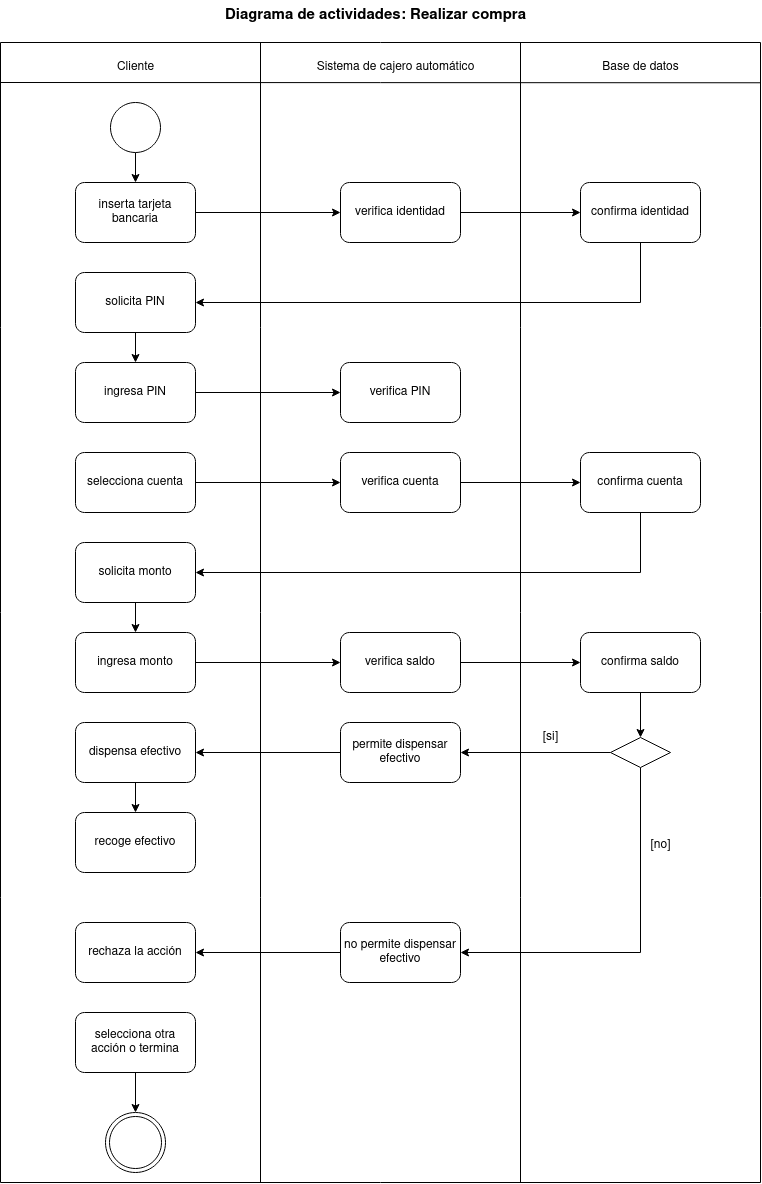
Before: diagramas/tarea4 (tienda online)/diagrama_actividades_tienda_en_linea.png, a diagram exported from draw.io (Chugani05/entorno_de_desarrollo). Source tidied: cells renumbered, new cells last; positions are measured from the earlier drawing's top-left corner, leaving out a move shared by most shapes.
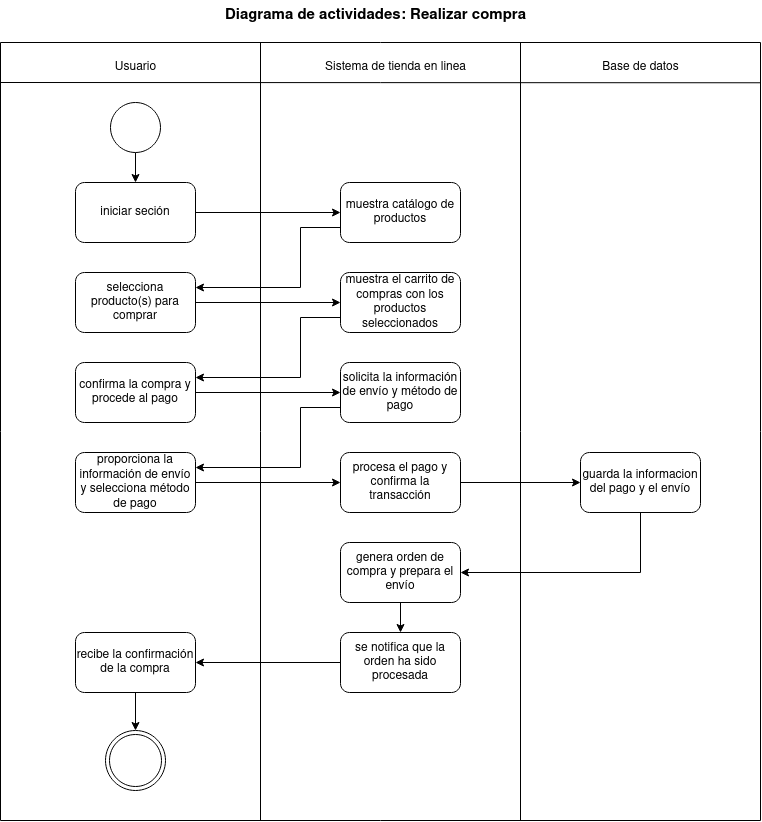
After the change.

The edit, as a diff of the source:
```diff
@@ -3,17 +3,17 @@
     <mxCell id="0" />
     <mxCell id="1" parent="0" />
     <mxCell id="2" style="swimlane;startSize=0;" parent="1" vertex="1">
-      <mxGeometry y="42" width="760" height="1140" as="geometry" />
+      <mxGeometry y="42" width="760" height="778" as="geometry" />
     </mxCell>
     <mxCell id="3" style="endArrow=none;html=1;rounded=0;entryX=0.313;entryY=0;entryDx=0;entryDy=0;entryPerimeter=0;" parent="2" edge="1">
       <mxGeometry relative="1" as="geometry">
-        <mxPoint x="520" y="1140" as="sourcePoint" />
+        <mxPoint x="520" y="778" as="sourcePoint" />
         <mxPoint x="520" as="targetPoint" />
       </mxGeometry>
     </mxCell>
     <mxCell id="4" style="endArrow=none;html=1;rounded=0;entryX=0.313;entryY=0;entryDx=0;entryDy=0;entryPerimeter=0;" parent="2" edge="1">
       <mxGeometry relative="1" as="geometry">
-        <mxPoint x="260" y="1140" as="sourcePoint" />
+        <mxPoint x="260" y="778" as="sourcePoint" />
         <mxPoint x="260" as="targetPoint" />
       </mxGeometry>
     </mxCell>
@@ -32,35 +32,48 @@
     <mxCell id="8" style="edgeStyle=orthogonalEdgeStyle;rounded=0;jettySize=auto;html=1;exitX=1;exitY=0.5;exitDx=0;exitDy=0;entryX=0;entryY=0.5;entryDx=0;entryDy=0;" parent="2" edge="1" source="9" target="11">
       <mxGeometry relative="1" as="geometry" />
     </mxCell>
-    <mxCell id="9" value="inserta tarjeta bancaria" style="rounded=1;whiteSpace=wrap;html=1;" parent="2" vertex="1">
+    <mxCell id="9" value="iniciar seción" style="rounded=1;whiteSpace=wrap;html=1;" parent="2" vertex="1">
       <mxGeometry x="75" y="140" width="120" height="60" as="geometry" />
     </mxCell>
-    <mxCell id="10" style="edgeStyle=orthogonalEdgeStyle;rounded=0;jettySize=auto;html=1;exitX=1;exitY=0.5;exitDx=0;exitDy=0;entryX=0;entryY=0.5;entryDx=0;entryDy=0;" parent="2" edge="1" source="11" target="27">
-      <mxGeometry relative="1" as="geometry" />
-    </mxCell>
+    <mxCell id="53" style="edgeStyle=orthogonalEdgeStyle;rounded=0;jettySize=auto;html=1;exitX=0;exitY=0.75;exitDx=0;exitDy=0;entryX=1;entryY=0.25;entryDx=0;entryDy=0;" parent="2" edge="1" source="11" target="13">
+      <mxGeometry relative="1" as="geometry">
+        <Array as="points">
+          <mxPoint x="300" y="185" />
+          <mxPoint x="300" y="245" />
+        </Array>
+      </mxGeometry>
+    </mxCell>
-    <mxCell id="11" value="verifica identidad" style="rounded=1;whiteSpace=wrap;html=1;" parent="2" vertex="1">
+    <mxCell id="11" value="muestra catálogo de productos" style="rounded=1;whiteSpace=wrap;html=1;" parent="2" vertex="1">
       <mxGeometry x="340" y="140" width="120" height="60" as="geometry" />
     </mxCell>
-    <mxCell id="12" style="edgeStyle=orthogonalEdgeStyle;rounded=0;jettySize=auto;html=1;exitX=0.5;exitY=1;exitDx=0;exitDy=0;entryX=0.5;entryY=0;entryDx=0;entryDy=0;" parent="2" edge="1" source="13" target="16">
-      <mxGeometry relative="1" as="geometry" />
-    </mxCell>
+    <mxCell id="54" style="edgeStyle=orthogonalEdgeStyle;rounded=0;jettySize=auto;html=1;exitX=1;exitY=0.5;exitDx=0;exitDy=0;entryX=0;entryY=0.5;entryDx=0;entryDy=0;" parent="2" edge="1" source="13" target="29">
+      <mxGeometry relative="1" as="geometry" />
+    </mxCell>
-    <mxCell id="13" value="solicita PIN" style="rounded=1;whiteSpace=wrap;html=1;" parent="2" vertex="1">
+    <mxCell id="13" value="selecciona producto(s) para comprar" style="rounded=1;whiteSpace=wrap;html=1;" parent="2" vertex="1">
       <mxGeometry x="75" y="230" width="120" height="60" as="geometry" />
     </mxCell>
+    <mxCell id="55" style="edgeStyle=orthogonalEdgeStyle;rounded=0;jettySize=auto;html=1;exitX=0;exitY=0.75;exitDx=0;exitDy=0;entryX=1;entryY=0.25;entryDx=0;entryDy=0;" parent="2" edge="1" source="14" target="21">
+      <mxGeometry relative="1" as="geometry">
+        <Array as="points">
+          <mxPoint x="300" y="365" />
+          <mxPoint x="300" y="425" />
+        </Array>
+      </mxGeometry>
+    </mxCell>
-    <mxCell id="14" value="verifica PIN" style="rounded=1;whiteSpace=wrap;html=1;" parent="2" vertex="1">
+    <mxCell id="14" value="solicita la información de envío y método de pago" style="rounded=1;whiteSpace=wrap;html=1;" parent="2" vertex="1">
       <mxGeometry x="340" y="320" width="120" height="60" as="geometry" />
     </mxCell>
     <mxCell id="15" style="edgeStyle=orthogonalEdgeStyle;rounded=0;jettySize=auto;html=1;exitX=1;exitY=0.5;exitDx=0;exitDy=0;entryX=0;entryY=0.5;entryDx=0;entryDy=0;" parent="2" edge="1" source="16" target="14">
       <mxGeometry relative="1" as="geometry" />
     </mxCell>
-    <mxCell id="16" value="ingresa PIN" style="rounded=1;whiteSpace=wrap;html=1;" parent="2" vertex="1">
+    <mxCell id="16" value="confirma la compra y procede al pago" style="rounded=1;whiteSpace=wrap;html=1;" parent="2" vertex="1">
       <mxGeometry x="75" y="320" width="120" height="60" as="geometry" />
     </mxCell>
-    <mxCell id="17" value="Cliente" style="text;html=1;align=center;verticalAlign=middle;strokeColor=none;fillColor=none;" parent="2" vertex="1">
+    <mxCell id="17" value="Usuario" style="text;html=1;align=center;verticalAlign=middle;strokeColor=none;fillColor=none;" parent="2" vertex="1">
       <mxGeometry x="105" y="10" width="60" height="30" as="geometry" />
     </mxCell>
-    <mxCell id="18" value="Sistema de cajero automático" style="text;html=1;align=center;verticalAlign=middle;strokeColor=none;fillColor=none;" parent="2" vertex="1">
-      <mxGeometry x="305" y="10" width="180" height="30" as="geometry" />
+    <mxCell id="18" value="Sistema de tienda en linea" style="text;html=1;align=center;verticalAlign=middle;strokeColor=none;fillColor=none;" parent="2" vertex="1">
+      <mxGeometry x="315" y="10" width="160" height="30" as="geometry" />
     </mxCell>
     <mxCell id="19" value="Base de datos" style="text;html=1;align=center;verticalAlign=middle;strokeColor=none;fillColor=none;" parent="2" vertex="1">
       <mxGeometry x="590" y="10" width="100" height="30" as="geometry" />
@@ -68,99 +81,53 @@
     <mxCell id="20" style="edgeStyle=orthogonalEdgeStyle;rounded=0;jettySize=auto;html=1;exitX=1;exitY=0.5;exitDx=0;exitDy=0;entryX=0;entryY=0.5;entryDx=0;entryDy=0;" parent="2" edge="1" source="21" target="23">
       <mxGeometry relative="1" as="geometry" />
     </mxCell>
-    <mxCell id="21" value="selecciona cuenta" style="rounded=1;whiteSpace=wrap;html=1;" parent="2" vertex="1">
+    <mxCell id="21" value="proporciona la información de envío y selecciona método de pago" style="rounded=1;whiteSpace=wrap;html=1;" parent="2" vertex="1">
       <mxGeometry x="75" y="410" width="120" height="60" as="geometry" />
     </mxCell>
-    <mxCell id="22" style="edgeStyle=orthogonalEdgeStyle;rounded=0;jettySize=auto;html=1;exitX=1;exitY=0.5;exitDx=0;exitDy=0;entryX=0;entryY=0.5;entryDx=0;entryDy=0;" parent="2" edge="1" source="23" target="29">
-      <mxGeometry relative="1" as="geometry" />
-    </mxCell>
+    <mxCell id="56" style="edgeStyle=orthogonalEdgeStyle;rounded=0;jettySize=auto;html=1;exitX=1;exitY=0.5;exitDx=0;exitDy=0;entryX=0;entryY=0.5;entryDx=0;entryDy=0;" parent="2" edge="1" source="23" target="62">
+      <mxGeometry relative="1" as="geometry" />
+    </mxCell>
-    <mxCell id="23" value="verifica cuenta" style="rounded=1;whiteSpace=wrap;html=1;" parent="2" vertex="1">
+    <mxCell id="23" value="procesa el pago y confirma la transacción" style="rounded=1;whiteSpace=wrap;html=1;" parent="2" vertex="1">
       <mxGeometry x="340" y="410" width="120" height="60" as="geometry" />
     </mxCell>
-    <mxCell id="24" style="edgeStyle=orthogonalEdgeStyle;rounded=0;jettySize=auto;html=1;exitX=0.5;exitY=1;exitDx=0;exitDy=0;entryX=0.5;entryY=0;entryDx=0;entryDy=0;" parent="2" edge="1" source="25" target="31">
-      <mxGeometry relative="1" as="geometry" />
-    </mxCell>
+    <mxCell id="57" style="edgeStyle=orthogonalEdgeStyle;rounded=0;jettySize=auto;html=1;exitX=0.5;exitY=1;exitDx=0;exitDy=0;entryX=0.5;entryY=0;entryDx=0;entryDy=0;" parent="2" edge="1" source="25" target="50">
+      <mxGeometry relative="1" as="geometry" />
+    </mxCell>
-    <mxCell id="25" value="solicita monto" style="rounded=1;whiteSpace=wrap;html=1;" parent="2" vertex="1">
-      <mxGeometry x="75" y="500" width="120" height="60" as="geometry" />
+    <mxCell id="25" value="recibe la confirmación de la compra" style="rounded=1;whiteSpace=wrap;html=1;" parent="2" vertex="1">
+      <mxGeometry x="75" y="590" width="120" height="60" as="geometry" />
     </mxCell>
-    <mxCell id="26" style="edgeStyle=orthogonalEdgeStyle;rounded=0;jettySize=auto;html=1;exitX=0.5;exitY=1;exitDx=0;exitDy=0;entryX=1;entryY=0.5;entryDx=0;entryDy=0;" parent="2" edge="1" source="27" target="13">
-      <mxGeometry relative="1" as="geometry" />
-    </mxCell>
-    <mxCell id="27" value="confirma identidad" style="rounded=1;whiteSpace=wrap;html=1;" parent="2" vertex="1">
-      <mxGeometry x="580" y="140" width="120" height="60" as="geometry" />
-    </mxCell>
-    <mxCell id="28" style="edgeStyle=orthogonalEdgeStyle;rounded=0;jettySize=auto;html=1;exitX=0.5;exitY=1;exitDx=0;exitDy=0;entryX=1;entryY=0.5;entryDx=0;entryDy=0;" parent="2" edge="1" source="29" target="25">
-      <mxGeometry relative="1" as="geometry" />
-    </mxCell>
+    <mxCell id="58" style="edgeStyle=orthogonalEdgeStyle;rounded=0;jettySize=auto;html=1;exitX=0;exitY=0.75;exitDx=0;exitDy=0;entryX=1;entryY=0.25;entryDx=0;entryDy=0;" parent="2" edge="1" source="29" target="16">
+      <mxGeometry relative="1" as="geometry">
+        <Array as="points">
+          <mxPoint x="300" y="275" />
+          <mxPoint x="300" y="335" />
+        </Array>
+      </mxGeometry>
+    </mxCell>
-    <mxCell id="29" value="confirma cuenta" style="rounded=1;whiteSpace=wrap;html=1;" parent="2" vertex="1">
-      <mxGeometry x="580" y="410" width="120" height="60" as="geometry" />
+    <mxCell id="29" value="muestra el carrito de compras con los productos seleccionados" style="rounded=1;whiteSpace=wrap;html=1;" parent="2" vertex="1">
+      <mxGeometry x="340" y="230" width="120" height="60" as="geometry" />
     </mxCell>
-    <mxCell id="30" style="edgeStyle=orthogonalEdgeStyle;rounded=0;jettySize=auto;html=1;exitX=1;exitY=0.5;exitDx=0;exitDy=0;entryX=0;entryY=0.5;entryDx=0;entryDy=0;" parent="2" edge="1" source="31" target="33">
-      <mxGeometry relative="1" as="geometry" />
-    </mxCell>
-    <mxCell id="31" value="ingresa monto" style="rounded=1;whiteSpace=wrap;html=1;" parent="2" vertex="1">
-      <mxGeometry x="75" y="590" width="120" height="60" as="geometry" />
-    </mxCell>
-    <mxCell id="32" style="edgeStyle=orthogonalEdgeStyle;rounded=0;jettySize=auto;html=1;exitX=1;exitY=0.5;exitDx=0;exitDy=0;entryX=0;entryY=0.5;entryDx=0;entryDy=0;" parent="2" edge="1" source="33" target="35">
-      <mxGeometry relative="1" as="geometry" />
-    </mxCell>
+    <mxCell id="59" style="edgeStyle=orthogonalEdgeStyle;rounded=0;jettySize=auto;html=1;exitX=0;exitY=0.5;exitDx=0;exitDy=0;entryX=1;entryY=0.5;entryDx=0;entryDy=0;" parent="2" edge="1" source="33" target="25">
+      <mxGeometry relative="1" as="geometry" />
+    </mxCell>
-    <mxCell id="33" value="verifica saldo" style="rounded=1;whiteSpace=wrap;html=1;" parent="2" vertex="1">
+    <mxCell id="33" value="se notifica que la orden ha sido procesada" style="rounded=1;whiteSpace=wrap;html=1;" parent="2" vertex="1">
       <mxGeometry x="340" y="590" width="120" height="60" as="geometry" />
     </mxCell>
-    <mxCell id="34" style="edgeStyle=orthogonalEdgeStyle;rounded=0;jettySize=auto;html=1;exitX=0.5;exitY=1;exitDx=0;exitDy=0;entryX=0.5;entryY=0;entryDx=0;entryDy=0;" parent="2" edge="1" source="35" target="38">
-      <mxGeometry relative="1" as="geometry" />
-    </mxCell>
+    <mxCell id="60" style="edgeStyle=orthogonalEdgeStyle;rounded=0;jettySize=auto;html=1;exitX=0.5;exitY=1;exitDx=0;exitDy=0;entryX=0.5;entryY=0;entryDx=0;entryDy=0;" parent="2" edge="1" source="35" target="33">
+      <mxGeometry relative="1" as="geometry" />
+    </mxCell>
-    <mxCell id="35" value="confirma saldo" style="rounded=1;whiteSpace=wrap;html=1;" parent="2" vertex="1">
-      <mxGeometry x="580" y="590" width="120" height="60" as="geometry" />
+    <mxCell id="35" value="genera orden de compra y prepara el envío" style="rounded=1;whiteSpace=wrap;html=1;" parent="2" vertex="1">
+      <mxGeometry x="340" y="500" width="120" height="60" as="geometry" />
     </mxCell>
-    <mxCell id="36" style="edgeStyle=orthogonalEdgeStyle;rounded=0;jettySize=auto;html=1;exitX=0;exitY=0.5;exitDx=0;exitDy=0;entryX=1;entryY=0.5;entryDx=0;entryDy=0;" parent="2" edge="1" source="38" target="42">
-      <mxGeometry relative="1" as="geometry" />
-    </mxCell>
-    <mxCell id="37" style="edgeStyle=orthogonalEdgeStyle;rounded=0;jettySize=auto;html=1;exitX=0.5;exitY=1;exitDx=0;exitDy=0;entryX=1;entryY=0.5;entryDx=0;entryDy=0;" parent="2" edge="1" source="38" target="47">
-      <mxGeometry relative="1" as="geometry" />
-    </mxCell>
-    <mxCell id="38" style="rhombus;whiteSpace=wrap;html=1;" parent="2" vertex="1">
-      <mxGeometry x="610" y="695" width="60" height="30" as="geometry" />
-    </mxCell>
-    <mxCell id="39" style="edgeStyle=orthogonalEdgeStyle;rounded=0;jettySize=auto;html=1;exitX=0.5;exitY=1;exitDx=0;exitDy=0;entryX=0.5;entryY=0;entryDx=0;entryDy=0;" parent="2" edge="1" source="40" target="43">
-      <mxGeometry relative="1" as="geometry" />
-    </mxCell>
-    <mxCell id="40" value="dispensa efectivo" style="rounded=1;whiteSpace=wrap;html=1;" parent="2" vertex="1">
-      <mxGeometry x="75" y="680" width="120" height="60" as="geometry" />
-    </mxCell>
-    <mxCell id="41" style="edgeStyle=orthogonalEdgeStyle;rounded=0;jettySize=auto;html=1;exitX=0;exitY=0.5;exitDx=0;exitDy=0;entryX=1;entryY=0.5;entryDx=0;entryDy=0;" parent="2" edge="1" source="42" target="40">
-      <mxGeometry relative="1" as="geometry" />
-    </mxCell>
-    <mxCell id="42" value="permite dispensar efectivo" style="rounded=1;whiteSpace=wrap;html=1;" parent="2" vertex="1">
-      <mxGeometry x="340" y="680" width="120" height="60" as="geometry" />
-    </mxCell>
-    <mxCell id="43" value="recoge efectivo" style="rounded=1;whiteSpace=wrap;html=1;" parent="2" vertex="1">
-      <mxGeometry x="75" y="770" width="120" height="60" as="geometry" />
-    </mxCell>
-    <mxCell id="44" value="[si]" style="text;html=1;align=center;verticalAlign=middle;strokeColor=none;fillColor=none;" parent="2" vertex="1">
-      <mxGeometry x="530" y="680" width="40" height="30" as="geometry" />
-    </mxCell>
-    <mxCell id="45" value="rechaza la acción" style="rounded=1;whiteSpace=wrap;html=1;" parent="2" vertex="1">
-      <mxGeometry x="75" y="880" width="120" height="60" as="geometry" />
-    </mxCell>
-    <mxCell id="46" style="edgeStyle=orthogonalEdgeStyle;rounded=0;jettySize=auto;html=1;exitX=0;exitY=0.5;exitDx=0;exitDy=0;entryX=1;entryY=0.5;entryDx=0;entryDy=0;" parent="2" edge="1" source="47" target="45">
-      <mxGeometry relative="1" as="geometry" />
-    </mxCell>
-    <mxCell id="47" value="no permite dispensar efectivo" style="rounded=1;whiteSpace=wrap;html=1;" parent="2" vertex="1">
-      <mxGeometry x="340" y="880" width="120" height="60" as="geometry" />
-    </mxCell>
-    <mxCell id="48" style="edgeStyle=orthogonalEdgeStyle;rounded=0;jettySize=auto;html=1;exitX=0.5;exitY=1;exitDx=0;exitDy=0;entryX=0.5;entryY=0;entryDx=0;entryDy=0;" parent="2" edge="1" source="49" target="50">
-      <mxGeometry relative="1" as="geometry" />
-    </mxCell>
-    <mxCell id="49" value="&lt;div&gt;selecciona otra&lt;/div&gt;&lt;div&gt;acción o termina&lt;/div&gt;" style="rounded=1;whiteSpace=wrap;html=1;" parent="2" vertex="1">
-      <mxGeometry x="75" y="970" width="120" height="60" as="geometry" />
-    </mxCell>
     <mxCell id="50" style="ellipse;shape=doubleEllipse;whiteSpace=wrap;html=1;" parent="2" vertex="1">
-      <mxGeometry x="105" y="1070" width="60" height="60" as="geometry" />
+      <mxGeometry x="105" y="688" width="60" height="60" as="geometry" />
     </mxCell>
-    <mxCell id="51" value="[no]" style="text;html=1;align=center;verticalAlign=middle;strokeColor=none;fillColor=none;" parent="1" vertex="1">
-      <mxGeometry x="640" y="830" width="40" height="30" as="geometry" />
-    </mxCell>
+    <mxCell id="61" style="edgeStyle=orthogonalEdgeStyle;rounded=0;jettySize=auto;html=1;exitX=0.5;exitY=1;exitDx=0;exitDy=0;entryX=1;entryY=0.5;entryDx=0;entryDy=0;" parent="2" edge="1" source="62" target="35">
+      <mxGeometry relative="1" as="geometry" />
+    </mxCell>
+    <mxCell id="62" value="guarda la informacion del pago y el envío" style="rounded=1;whiteSpace=wrap;html=1;" parent="2" vertex="1">
+      <mxGeometry x="580" y="410" width="120" height="60" as="geometry" />
+    </mxCell>
     <mxCell id="52" value="&lt;font style=&quot;font-size: 15px;&quot;&gt;&lt;b&gt;Diagrama de actividades: Realizar compra&lt;br&gt;&lt;/b&gt;&lt;/font&gt;" style="text;html=1;align=center;verticalAlign=middle;strokeColor=none;fillColor=none;" parent="1" vertex="1">
       <mxGeometry x="215" width="320" height="30" as="geometry" />
     </mxCell>
```
